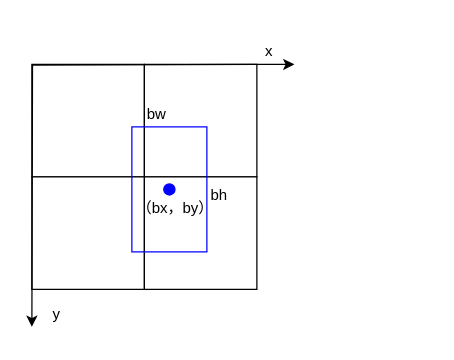
Before: page "第 5 页" (3 of 7) of Untitled Diagram.drawio in RyougiShki/hhhh, a draw.io diagram. Source tidied: cells renumbered, new cells numbered last; positions are measured from the earlier drawing's top-left corner, leaving out a move shared by most shapes. Both pictures are drawn from the tidied source at 125%, with x=0, y=0 at pixel (31, 39).
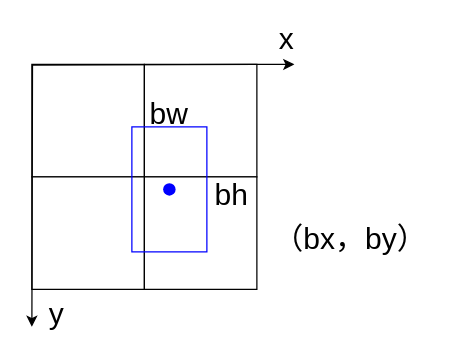
The same diagram, later.

Change to the diagram source:
```diff
@@
 <mxGraphModel>
   <root>
     <mxCell id="0" />
     <mxCell id="1" parent="0" />
     <mxCell id="2" style="whiteSpace=wrap;html=1;" parent="1" vertex="1">
       <mxGeometry y="20" width="90" height="90" as="geometry" />
     </mxCell>
     <mxCell id="3" style="whiteSpace=wrap;html=1;" parent="1" vertex="1">
       <mxGeometry x="90" y="20" width="90" height="90" as="geometry" />
     </mxCell>
     <mxCell id="4" style="whiteSpace=wrap;html=1;" parent="1" vertex="1">
       <mxGeometry y="110" width="90" height="90" as="geometry" />
     </mxCell>
     <mxCell id="5" style="whiteSpace=wrap;html=1;" parent="1" vertex="1">
       <mxGeometry x="90" y="110" width="90" height="90" as="geometry" />
     </mxCell>
     <mxCell id="6" style="endArrow=classic;startArrow=classic;html=1;rounded=0;edgeStyle=orthogonalEdgeStyle;" parent="1" edge="1">
       <mxGeometry relative="1" as="geometry">
         <mxPoint x="210" y="20" as="sourcePoint" />
         <mxPoint y="230" as="targetPoint" />
       </mxGeometry>
     </mxCell>
     <mxCell id="7" style="rounded=0;whiteSpace=wrap;html=1;strokeColor=#0000FF;shadow=0;sketch=0;glass=0;fillColor=none;" parent="1" vertex="1">
       <mxGeometry x="80" y="70" width="60" height="100" as="geometry" />
     </mxCell>
-    <mxCell id="8" value="x" style="text;html=1;strokeColor=none;fillColor=none;align=center;verticalAlign=middle;whiteSpace=wrap;rounded=0;shadow=0;glass=0;sketch=0;" parent="1" vertex="1">
-      <mxGeometry x="170" width="40" height="20" as="geometry" />
+    <mxCell id="8" value="&lt;font style=&quot;font-size: 24px&quot;&gt;x&lt;/font&gt;" style="text;html=1;strokeColor=none;fillColor=none;align=center;verticalAlign=middle;whiteSpace=wrap;rounded=0;shadow=0;glass=0;sketch=0;" parent="1" vertex="1">
+      <mxGeometry x="184" y="-10" width="40" height="20" as="geometry" />
     </mxCell>
-    <mxCell id="9" value="y" style="text;html=1;strokeColor=none;fillColor=none;align=center;verticalAlign=middle;whiteSpace=wrap;rounded=0;shadow=0;glass=0;sketch=0;" parent="1" vertex="1">
+    <mxCell id="9" value="&lt;font style=&quot;font-size: 24px&quot;&gt;y&lt;/font&gt;" style="text;html=1;strokeColor=none;fillColor=none;align=center;verticalAlign=middle;whiteSpace=wrap;rounded=0;shadow=0;glass=0;sketch=0;" parent="1" vertex="1">
       <mxGeometry y="210" width="40" height="20" as="geometry" />
     </mxCell>
     <mxCell id="10" style="shape=ellipse;html=1;rounded=0;shadow=0;glass=0;sketch=0;strokeColor=none;fillColor=#0000FF;" parent="1" vertex="1">
       <mxGeometry x="105" y="115" width="10" height="10" as="geometry" />
     </mxCell>
-    <mxCell id="11" value="（bx，by）" style="text;html=1;strokeColor=none;fillColor=none;align=center;verticalAlign=middle;whiteSpace=wrap;rounded=0;shadow=0;glass=0;sketch=0;" parent="1" vertex="1">
-      <mxGeometry x="80" y="125" width="70" height="20" as="geometry" />
+    <mxCell id="11" value="&lt;font style=&quot;font-size: 24px&quot;&gt;（bx，by）&lt;/font&gt;" style="text;html=1;strokeColor=none;fillColor=none;align=center;verticalAlign=middle;whiteSpace=wrap;rounded=0;shadow=0;glass=0;sketch=0;" parent="1" vertex="1">
+      <mxGeometry x="190" y="150" width="130" height="20" as="geometry" />
     </mxCell>
-    <mxCell id="12" value="bw" style="text;html=1;strokeColor=none;fillColor=none;align=center;verticalAlign=middle;whiteSpace=wrap;rounded=0;shadow=0;glass=0;sketch=0;" parent="1" vertex="1">
-      <mxGeometry x="80" y="50" width="40" height="20" as="geometry" />
+    <mxCell id="12" value="&lt;font style=&quot;font-size: 24px&quot;&gt;bw&lt;/font&gt;" style="text;html=1;strokeColor=none;fillColor=none;align=center;verticalAlign=middle;whiteSpace=wrap;rounded=0;shadow=0;glass=0;sketch=0;" parent="1" vertex="1">
+      <mxGeometry x="90" y="50" width="40" height="20" as="geometry" />
     </mxCell>
-    <mxCell id="13" value="bh" style="text;html=1;strokeColor=none;fillColor=none;align=center;verticalAlign=middle;whiteSpace=wrap;rounded=0;shadow=0;glass=0;sketch=0;" parent="1" vertex="1">
-      <mxGeometry x="130" y="115" width="40" height="20" as="geometry" />
+    <mxCell id="13" value="&lt;font style=&quot;font-size: 24px&quot;&gt;bh&lt;/font&gt;" style="text;html=1;strokeColor=none;fillColor=none;align=center;verticalAlign=middle;whiteSpace=wrap;rounded=0;shadow=0;glass=0;sketch=0;" parent="1" vertex="1">
+      <mxGeometry x="140" y="115" width="40" height="20" as="geometry" />
     </mxCell>
   </root>
 </mxGraphModel>
```
